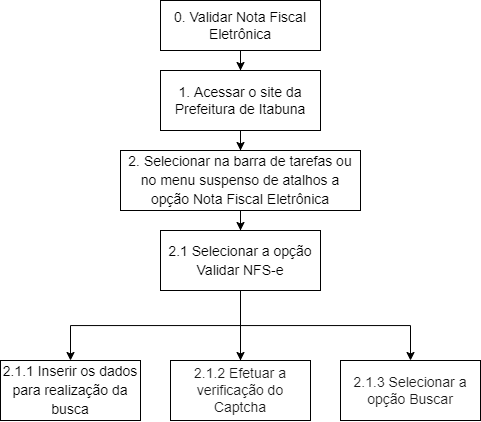
Earlier version of the draw.io export docs/assets/imagens/analises/diagrama-nfe.png (Interacao-Humano-Computador/2021.2-PrefeituraMunicipalItabuna). Source tidied: cells renumbered, new cells last; positions are measured from the earlier drawing's top-left corner, leaving out a move shared by most shapes.
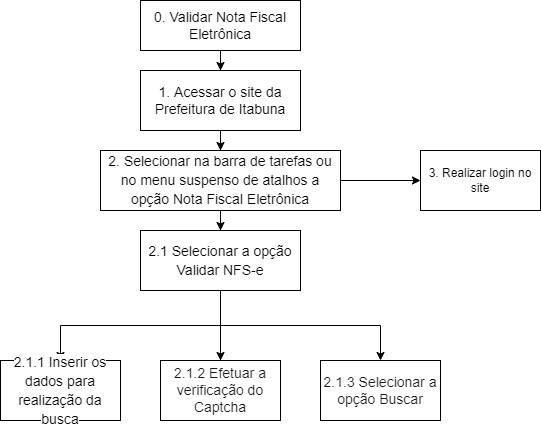
Later version of the same file.

The edit, as a diff of the source:
```diff
@@ -17,6 +17,9 @@
     <mxCell id="6" style="edgeStyle=orthogonalEdgeStyle;rounded=0;jettySize=auto;html=1;fontFamily=Helvetica;fontColor=#000000;" parent="1" edge="1" source="7" target="11">
       <mxGeometry relative="1" as="geometry" />
     </mxCell>
+    <mxCell id="16" style="edgeStyle=orthogonalEdgeStyle;rounded=0;jettySize=auto;html=1;fontColor=#000000;" parent="1" edge="1" source="7" target="17">
+      <mxGeometry relative="1" as="geometry" />
+    </mxCell>
     <mxCell id="7" value="&lt;div style=&quot;font-size: 14px ; line-height: 19px&quot;&gt;&lt;span style=&quot;background-color: rgb(255 , 255 , 255)&quot;&gt;2. Selecionar na barra de tarefas ou no menu suspenso de atalhos a opção Nota Fiscal Eletrônica&lt;/span&gt;&lt;/div&gt;" style="whiteSpace=wrap;html=1;rounded=0;" parent="1" vertex="1">
       <mxGeometry x="120" y="150" width="240" height="60" as="geometry" />
     </mxCell>
@@ -33,16 +36,19 @@
       <mxGeometry x="160" y="230" width="160" height="60" as="geometry" />
     </mxCell>
     <mxCell id="12" value="&lt;div style=&quot;font-size: 14px ; line-height: 19px&quot;&gt;&lt;span style=&quot;background-color: rgb(255 , 255 , 255)&quot;&gt;2.1.1 Inserir os dados para realização da busca&lt;/span&gt;&lt;/div&gt;" style="whiteSpace=wrap;html=1;rounded=0;" parent="1" vertex="1">
-      <mxGeometry y="360" width="140" height="60" as="geometry" />
+      <mxGeometry x="20" y="360" width="120" height="60" as="geometry" />
     </mxCell>
     <mxCell id="13" value="&lt;span style=&quot;color: rgb(25 , 25 , 25)&quot;&gt;&lt;font style=&quot;font-size: 14px&quot;&gt;2.1.3 Selecionar a opção Buscar&lt;/font&gt;&lt;/span&gt;" style="rounded=0;whiteSpace=wrap;html=1;labelBackgroundColor=#FFFFFF;fontFamily=Helvetica;fontColor=#000000;" parent="1" vertex="1">
-      <mxGeometry x="340" y="360" width="140" height="60" as="geometry" />
+      <mxGeometry x="340" y="360" width="120" height="60" as="geometry" />
     </mxCell>
     <mxCell id="14" value="&lt;span style=&quot;color: rgb(25 , 25 , 25)&quot;&gt;&lt;font style=&quot;font-size: 14px&quot;&gt;2.1.2 Efetuar a verificação do Captcha&lt;/font&gt;&lt;/span&gt;" style="rounded=0;whiteSpace=wrap;html=1;labelBackgroundColor=#FFFFFF;fontFamily=Helvetica;fontColor=#000000;" parent="1" vertex="1">
-      <mxGeometry x="170" y="360" width="140" height="60" as="geometry" />
+      <mxGeometry x="180" y="360" width="120" height="60" as="geometry" />
     </mxCell>
     <mxCell id="15" style="edgeStyle=orthogonalEdgeStyle;rounded=0;jettySize=auto;html=1;fontFamily=Helvetica;fontColor=#000000;exitX=0.5;exitY=1;exitDx=0;exitDy=0;endArrow=none;" parent="1" edge="1" source="11" target="14">
       <mxGeometry relative="1" as="geometry" />
     </mxCell>
+    <mxCell id="17" value="3. Realizar login no site" style="whiteSpace=wrap;html=1;rounded=0;" parent="1" vertex="1">
+      <mxGeometry x="440" y="150" width="120" height="60" as="geometry" />
+    </mxCell>
   </root>
 </mxGraphModel>
```
